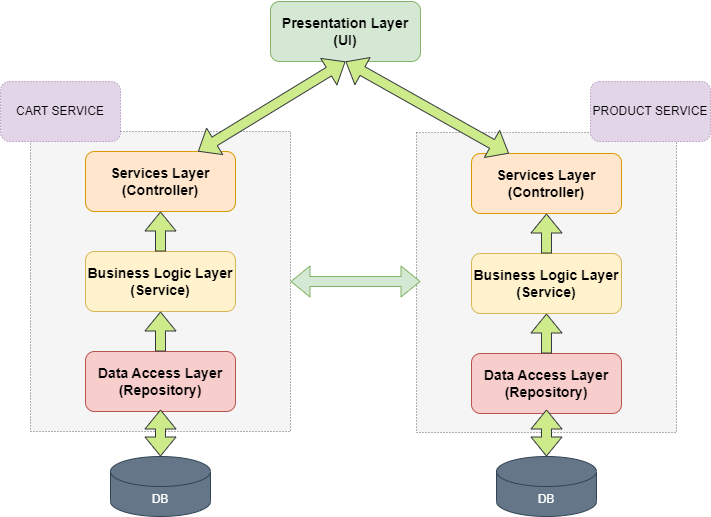
Earlier version of the draw.io export Docs/Diagrams/microservice example.png (ETomi24/Webshop-backend). Source tidied: cells renumbered, new cells last; positions are measured from the earlier drawing's top-left corner, leaving out a move shared by most shapes.
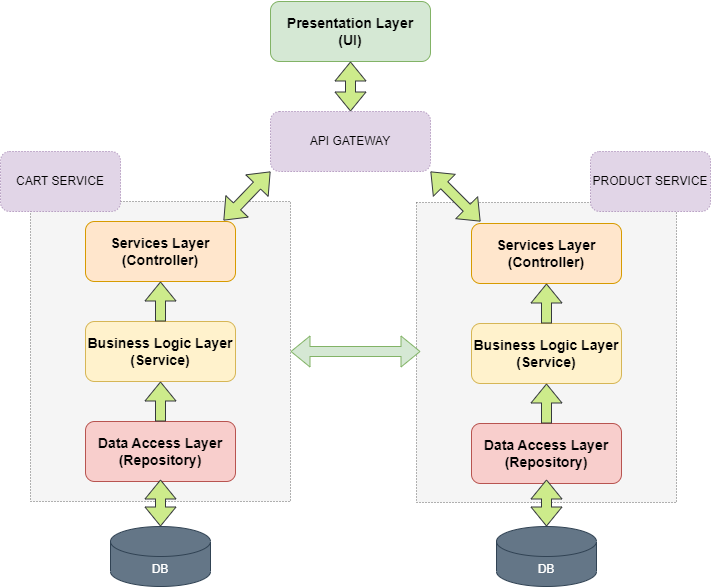
The same file after the commit.

The edit, as a diff of the source:
```diff
@@ -23,7 +23,7 @@
       </mxGeometry>
     </mxCell>
     <mxCell id="8" value="&lt;h3&gt;Presentation Layer&lt;br&gt;(UI)&lt;/h3&gt;" style="rounded=1;whiteSpace=wrap;html=1;fillColor=#d5e8d4;strokeColor=#82b366;" parent="1" vertex="1">
-      <mxGeometry x="270" width="150" height="60" as="geometry" />
+      <mxGeometry x="270" y="-70" width="160" height="60" as="geometry" />
     </mxCell>
     <mxCell id="9" value="&lt;h3&gt;Data Access Layer (Repository)&lt;/h3&gt;" style="rounded=1;whiteSpace=wrap;html=1;fillColor=#f8cecc;strokeColor=#b85450;" parent="1" vertex="1">
       <mxGeometry x="475" y="360" width="150" height="60" as="geometry" />
@@ -62,8 +62,10 @@
         <mxPoint x="546" y="252" as="sourcePoint" />
       </mxGeometry>
     </mxCell>
-    <mxCell id="20" style="shape=flexArrow;endArrow=classic;html=1;rounded=0;fillColor=#cdeb8b;strokeColor=#36393d;exitX=0.25;exitY=0;exitDx=0;exitDy=0;entryX=0.5;entryY=1;entryDx=0;entryDy=0;startArrow=block;" parent="1" edge="1" source="18" target="8">
-      <mxGeometry relative="1" as="geometry" />
+    <mxCell id="20" style="shape=flexArrow;endArrow=classic;html=1;rounded=0;fillColor=#cdeb8b;strokeColor=#36393d;startArrow=block;entryX=1;entryY=1;entryDx=0;entryDy=0;" parent="1" edge="1" target="31">
+      <mxGeometry relative="1" as="geometry">
+        <mxPoint x="480" y="150" as="sourcePoint" />
+      </mxGeometry>
     </mxCell>
     <mxCell id="21" value="PRODUCT SERVICE" style="rounded=1;whiteSpace=wrap;html=1;dashed=1;dashPattern=1 2;labelBackgroundColor=none;strokeWidth=1;fillColor=#e1d5e7;strokeColor=#9673a6;" parent="1" vertex="1">
       <mxGeometry x="590" y="80" width="120" height="60" as="geometry" />
@@ -71,7 +73,7 @@
     <mxCell id="22" value="CART SERVICE" style="rounded=1;whiteSpace=wrap;html=1;dashed=1;dashPattern=1 2;labelBackgroundColor=none;strokeWidth=1;fillColor=#e1d5e7;strokeColor=#9673a6;" parent="1" vertex="1">
       <mxGeometry y="80" width="120" height="60" as="geometry" />
     </mxCell>
-    <mxCell id="23" style="shape=flexArrow;endArrow=classic;html=1;rounded=0;fillColor=#cdeb8b;strokeColor=#36393d;exitX=0.75;exitY=0;exitDx=0;exitDy=0;entryX=0.5;entryY=1;entryDx=0;entryDy=0;startArrow=block;" parent="1" edge="1" source="6" target="8">
+    <mxCell id="23" style="shape=flexArrow;endArrow=classic;html=1;rounded=0;fillColor=#cdeb8b;strokeColor=#36393d;exitX=0.92;exitY=-0.017;exitDx=0;exitDy=0;startArrow=block;exitPerimeter=0;entryX=0;entryY=1;entryDx=0;entryDy=0;" parent="1" edge="1" source="6" target="31">
       <mxGeometry relative="1" as="geometry" />
     </mxCell>
     <mxCell id="24" value="DB" style="shape=cylinder3;whiteSpace=wrap;html=1;boundedLbl=1;backgroundOutline=1;size=15;fillColor=#647687;fontColor=#ffffff;strokeColor=#314354;" parent="1" vertex="1">
@@ -102,5 +104,11 @@
         <mxPoint x="420" y="280" as="targetPoint" />
       </mxGeometry>
     </mxCell>
+    <mxCell id="31" value="API GATEWAY" style="rounded=1;whiteSpace=wrap;html=1;dashed=1;dashPattern=1 2;labelBackgroundColor=none;strokeWidth=1;fillColor=#e1d5e7;strokeColor=#9673a6;" parent="1" vertex="1">
+      <mxGeometry x="270" y="40" width="160" height="60" as="geometry" />
+    </mxCell>
+    <mxCell id="32" style="shape=flexArrow;endArrow=classic;html=1;rounded=0;fillColor=#cdeb8b;strokeColor=#36393d;startArrow=block;entryX=0.5;entryY=1;entryDx=0;entryDy=0;" parent="1" edge="1" source="31" target="8">
+      <mxGeometry relative="1" as="geometry" />
+    </mxCell>
   </root>
 </mxGraphModel>
```
